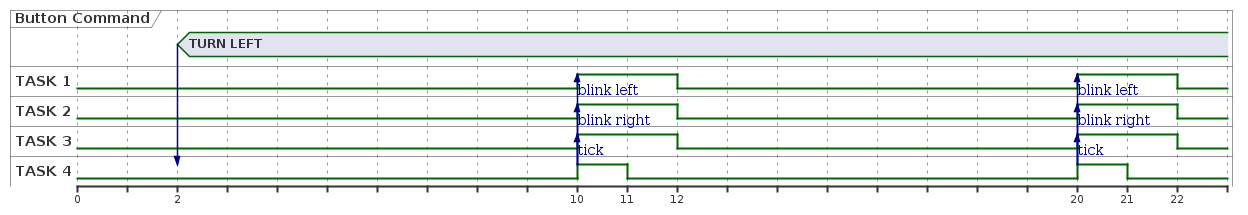
This is puml/png/step_5.png from cygni/cts2023-turn-cygnicator, a PlantUML export, as it was before one commit. Source of this version:
```plantuml
@startuml

concise "Button Command" as button
binary "TASK 1" as t1
binary "TASK 2" as t2
binary "TASK 3" as t3
binary "TASK 4" as t4
@0

@2
button is "TURN LEFT"
button -> t4
@10
t4 is high
t4 -> t1 : blink left
t1 is high
t4 -> t2 : blink right
t2 is high
t4 -> t3 : tick
t3 is high
@11
t4 is low
@12
t1 is low
t2 is low
t3 is low

@20
t4 is high
t4 -> t1 : blink left
t1 is high
t4 -> t2 : blink right
t2 is high
t4 -> t3 : tick
t3 is high
@21
t4 is low
@22
t1 is low
t2 is low
t3 is low
@enduml
```
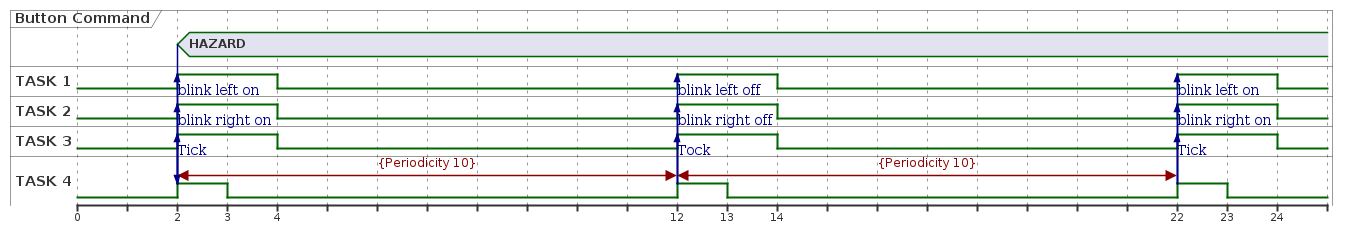
After the commit.

What changed in the source:
```diff
@@ -8,34 +8,50 @@
 @0
 
 @2
-button is "TURN LEFT"
+t4@2 <-> @12 : {Periodicity 10}
+button is "HAZARD"
 button -> t4
-@10
 t4 is high
-t4 -> t1 : blink left
+t4 -> t1 : blink left on
 t1 is high
-t4 -> t2 : blink right
+t4 -> t2 : blink right on
 t2 is high
-t4 -> t3 : tick
+t4 -> t3 : Tick
 t3 is high
-@11
+@3
 t4 is low
-@12
+@4
 t1 is low
 t2 is low
 t3 is low
 
-@20
+@12
+t4@12 <-> @22 : {Periodicity 10}
 t4 is high
-t4 -> t1 : blink left
+t4 -> t1 : blink left off
 t1 is high
-t4 -> t2 : blink right
+t4 -> t2 : blink right off
 t2 is high
-t4 -> t3 : tick
+t4 -> t3 : Tock
 t3 is high
-@21
+@13
 t4 is low
+@14
+t1 is low
+t2 is low
+t3 is low
+
 @22
+t4 is high
+t4 -> t1 : blink left on
+t1 is high
+t4 -> t2 : blink right on
+t2 is high
+t4 -> t3 : Tick
+t3 is high
+@23
+t4 is low
+@24
 t1 is low
 t2 is low
 t3 is low
```
